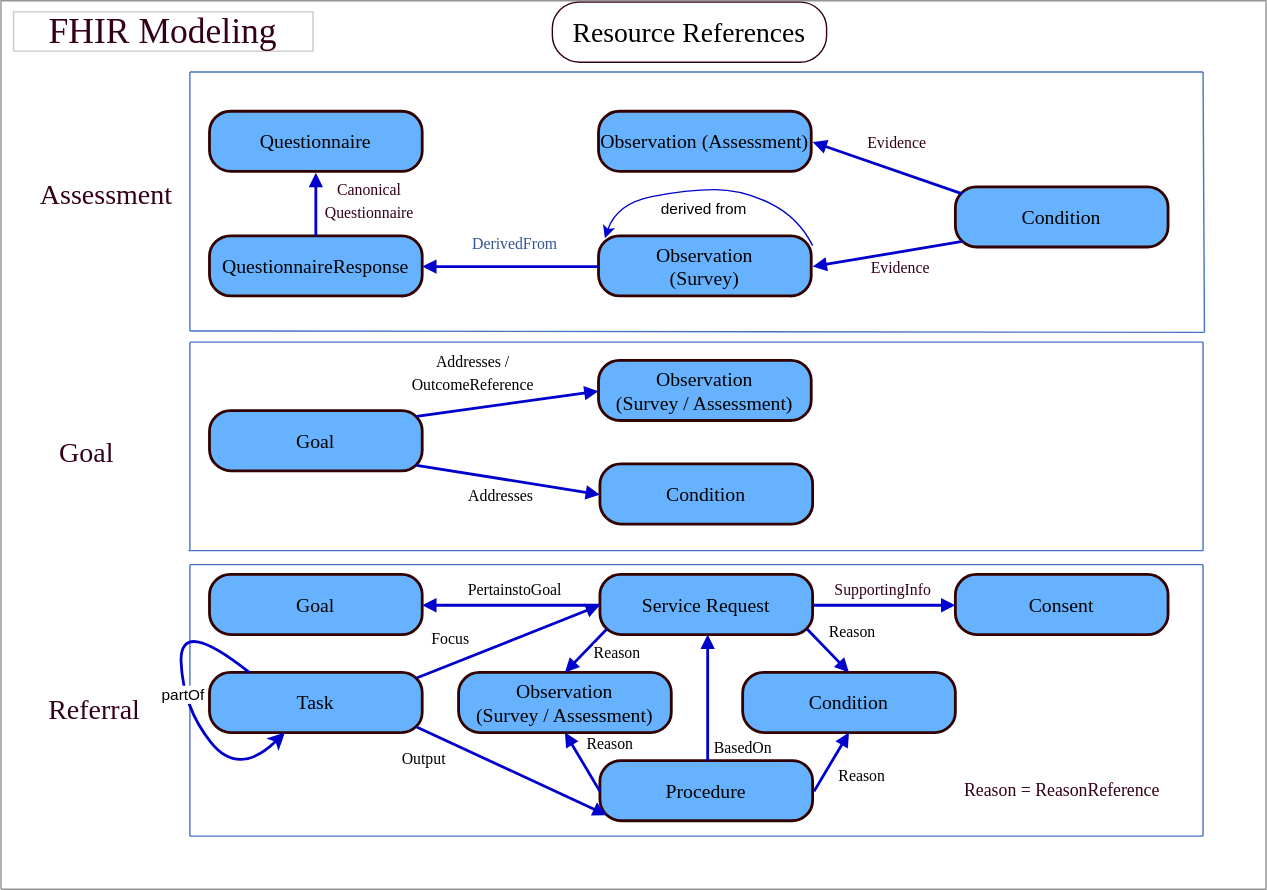
This is input/images/FHIRModeling.svg from HL7/fhir-sdoh-clinicalcare, a draw.io export, as it was before one commit. Source tidied: cells renumbered, new cells last; positions are measured from the earlier drawing's top-left corner, leaving out a move shared by most shapes.
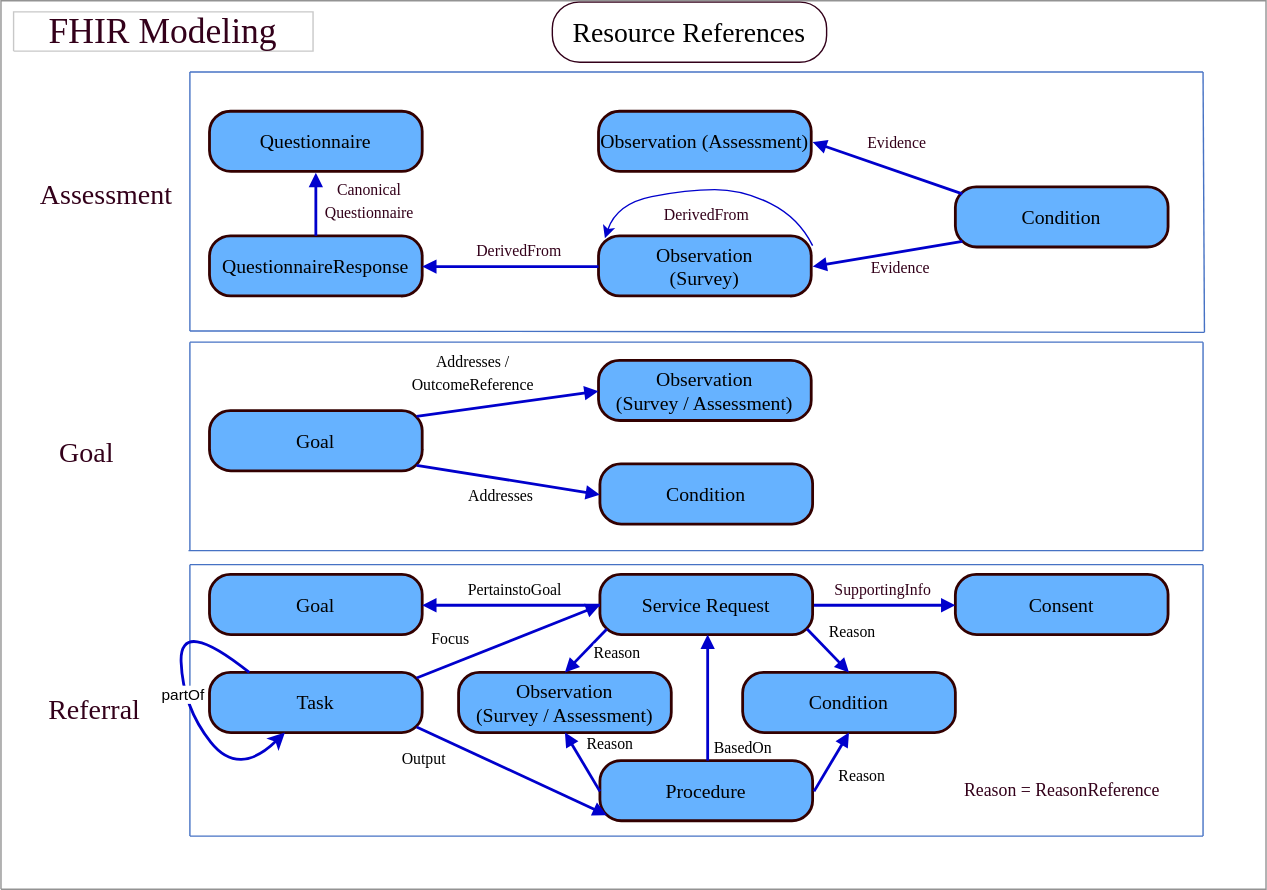
Above is the later version.

What changed in the source:
```diff
@@ -250,17 +250,14 @@
     <mxCell id="61" value="&lt;span style=&quot;font-family: Calibri; font-size: 11.29px; background-color: rgb(255, 255, 255);&quot;&gt;SupportingInfo&lt;/span&gt;" style="text;html=1;align=center;verticalAlign=middle;strokeColor=none;fillColor=none;fontSize=14;fontColor=#33001A;" parent="1" vertex="1">
       <mxGeometry x="590" y="410" width="80" height="20" as="geometry" />
     </mxCell>
-    <mxCell id="62" value="&lt;meta charset=&quot;utf-8&quot;&gt;&lt;span style=&quot;color: rgb(0, 0, 0); font-family: Helvetica; font-size: 11px; font-style: normal; font-variant-ligatures: normal; font-variant-caps: normal; font-weight: 400; letter-spacing: normal; orphans: 2; text-align: center; text-indent: 0px; text-transform: none; widows: 2; word-spacing: 0px; -webkit-text-stroke-width: 0px; background-color: rgb(255, 255, 255); text-decoration-thickness: initial; text-decoration-style: initial; text-decoration-color: initial; float: none; display: inline !important;&quot;&gt;derived from&lt;/span&gt;" style="text;whiteSpace=wrap;html=1;fontSize=14;fontColor=#33001A;" parent="1" vertex="1">
-      <mxGeometry x="470" y="133" width="90" height="30" as="geometry" />
-    </mxCell>
     <mxCell id="63" value="&lt;span style=&quot;font-family: Calibri; font-size: 11.29px; background-color: rgb(255, 255, 255);&quot;&gt;Evidence&lt;/span&gt;" style="text;html=1;align=center;verticalAlign=middle;strokeColor=none;fillColor=none;fontSize=14;fontColor=#33001A;" parent="1" vertex="1">
       <mxGeometry x="610" y="90.5" width="60" height="20" as="geometry" />
     </mxCell>
     <mxCell id="64" value="&lt;meta charset=&quot;utf-8&quot;&gt;&lt;span style=&quot;color: rgb(51, 0, 26); font-family: Calibri; font-size: 11.29px; font-style: normal; font-variant-ligatures: normal; font-variant-caps: normal; font-weight: 400; letter-spacing: normal; orphans: 2; text-align: center; text-indent: 0px; text-transform: none; widows: 2; word-spacing: 0px; -webkit-text-stroke-width: 0px; background-color: rgb(255, 255, 255); text-decoration-thickness: initial; text-decoration-style: initial; text-decoration-color: initial; float: none; display: inline !important;&quot;&gt;Evidence&lt;/span&gt;" style="text;whiteSpace=wrap;html=1;fontSize=14;fontColor=#33001A;" parent="1" vertex="1">
       <mxGeometry x="620" y="174.5" width="70" height="30" as="geometry" />
     </mxCell>
-    <mxCell id="65" value="&lt;span style=&quot;color: rgb(52, 85, 147); font-family: Calibri; font-size: 11.29px; background-color: rgb(255, 255, 255);&quot;&gt;DerivedFrom&lt;/span&gt;" style="text;html=1;align=center;verticalAlign=middle;strokeColor=none;fillColor=none;fontSize=14;fontColor=#33001A;" parent="1" vertex="1">
-      <mxGeometry x="327" y="163" width="80" height="20" as="geometry" />
+    <mxCell id="65" value="&lt;span style=&quot;font-family: Calibri; font-size: 11.29px; background-color: rgb(255, 255, 255);&quot;&gt;DerivedFrom&lt;/span&gt;" style="text;html=1;align=center;verticalAlign=middle;strokeColor=none;fillColor=none;fontSize=14;fontColor=#33001A;" parent="1" vertex="1">
+      <mxGeometry x="464" y="142" width="80" height="20" as="geometry" />
     </mxCell>
     <mxCell id="66" value="&lt;span style=&quot;font-family: Calibri; font-size: 11.29px; background-color: rgb(255, 255, 255);&quot;&gt;Canonical&lt;/span&gt;&lt;br style=&quot;font-family: Calibri; font-size: 11.29px; background-color: rgb(255, 255, 255);&quot;&gt;&lt;span style=&quot;font-family: Calibri; font-size: 11.29px; background-color: rgb(255, 255, 255);&quot;&gt;Questionnaire&lt;/span&gt;" style="text;html=1;align=center;verticalAlign=middle;strokeColor=none;fillColor=none;fontSize=14;fontColor=#33001A;" parent="1" vertex="1">
       <mxGeometry x="223" y="122" width="80" height="40" as="geometry" />
@@ -271,5 +268,8 @@
     <mxCell id="68" value="&lt;span style=&quot;color: rgb(0, 0, 0); font-family: Calibri; font-size: 11.29px; background-color: rgb(255, 255, 255);&quot;&gt;Addresses /&lt;/span&gt;&lt;br style=&quot;color: rgb(0, 0, 0); font-family: Calibri; font-size: 11.29px; background-color: rgb(255, 255, 255);&quot;&gt;&lt;span style=&quot;color: rgb(0, 0, 0); font-family: Calibri; font-size: 11.29px; background-color: rgb(255, 255, 255);&quot;&gt;OutcomeReference&lt;/span&gt;" style="text;html=1;align=center;verticalAlign=middle;strokeColor=none;fillColor=none;fontSize=14;fontColor=#33001A;" parent="1" vertex="1">
       <mxGeometry x="287" y="245" width="100" height="40" as="geometry" />
     </mxCell>
+    <mxCell id="69" value="&lt;span style=&quot;font-family: Calibri; font-size: 11.29px; background-color: rgb(255, 255, 255);&quot;&gt;DerivedFrom&lt;/span&gt;" style="text;html=1;align=center;verticalAlign=middle;strokeColor=none;fillColor=none;fontSize=14;fontColor=#33001A;" parent="1" vertex="1">
+      <mxGeometry x="330" y="168" width="80" height="20" as="geometry" />
+    </mxCell>
   </root>
 </mxGraphModel>
```
